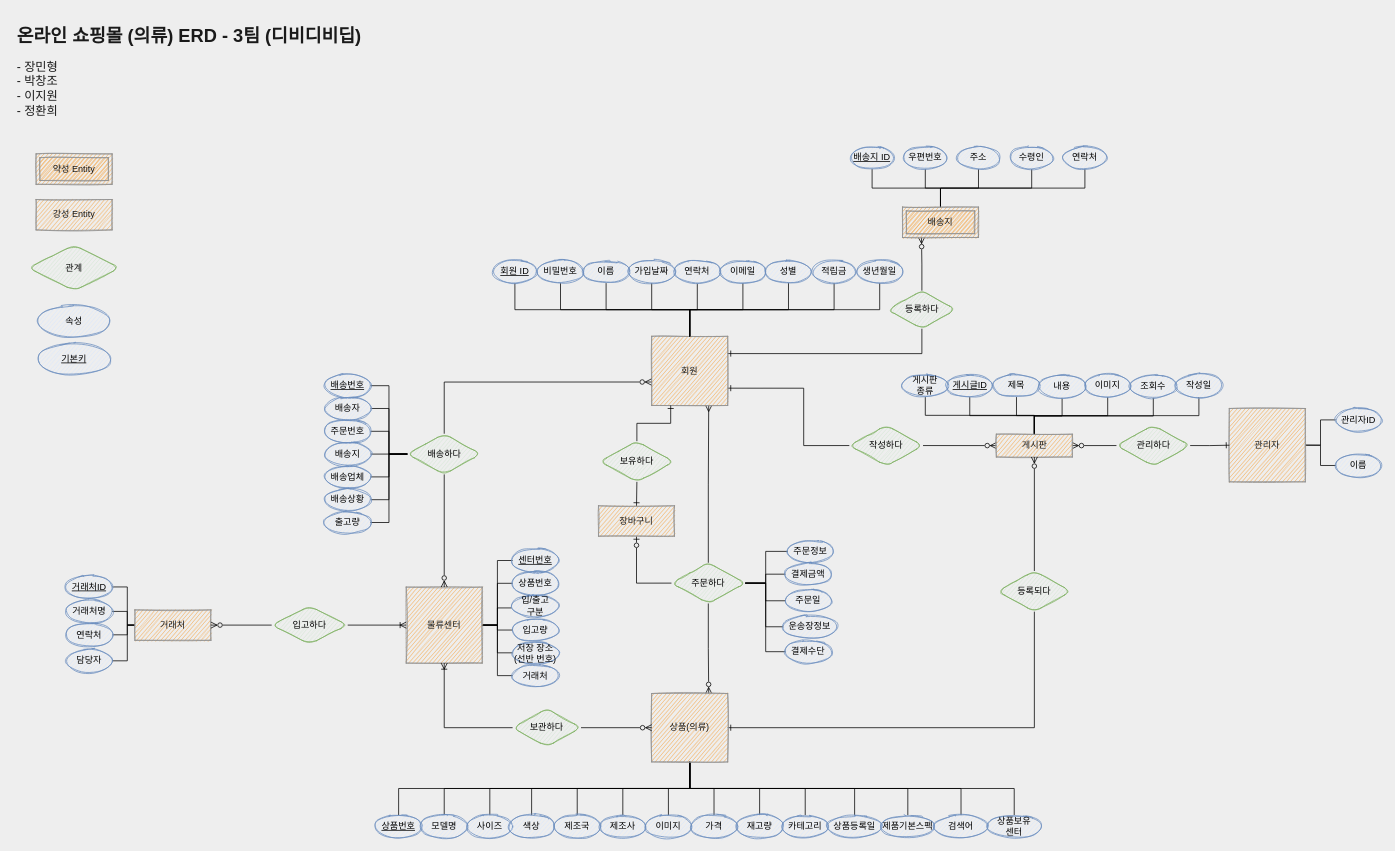
Earlier version of the draw.io diagram page "새로만든ER" (3 of 4) of Untitled Diagram.drawio (pcjo1202/DataBase-design). Source tidied: cells renumbered, new cells numbered last; positions are measured from the earlier drawing's top-left corner, leaving out a move shared by most shapes. Both pictures are drawn from the tidied source at 76%, with x=0, y=0 at pixel (13, 21).
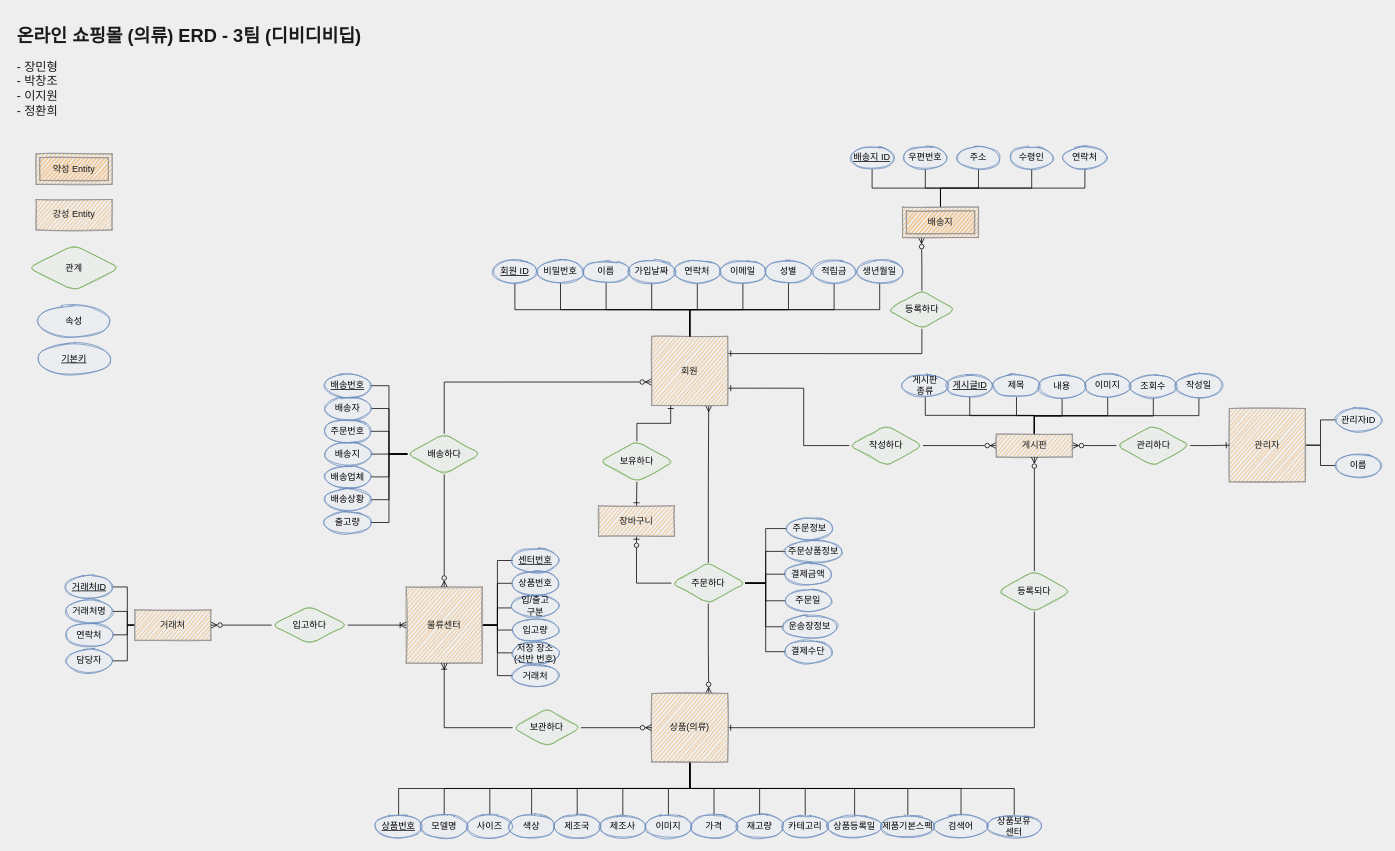
Above is the later version.

The change refers to these unchanged cells:
```xml
<mxCell id="11" value="주문하다" style="shape=rhombus;perimeter=rhombusPerimeter;whiteSpace=wrap;html=1;align=center;fillColor=#d5e8d4;strokeColor=#82b366;sketch=1;rounded=1;" parent="1" vertex="1">
  <mxGeometry x="866" y="713" width="97" height="53.5" as="geometry" />
</mxCell>
```

The edit, as a diff of the source:
```diff
@@
     <mxCell id="3" style="edgeStyle=orthogonalEdgeStyle;jettySize=auto;html=1;exitX=1;exitY=0.5;exitDx=0;exitDy=0;entryX=0;entryY=0.5;entryDx=0;entryDy=0;endArrow=none;endFill=0;rounded=0;" parent="1" edge="1" source="11" target="120">
       <mxGeometry relative="1" as="geometry">
         <Array as="points">
           <mxPoint x="990" y="740" />
-          <mxPoint x="990" y="698" />
+          <mxPoint x="990" y="668" />
         </Array>
       </mxGeometry>
     </mxCell>
@@
+    <mxCell id="164" style="edgeStyle=orthogonalEdgeStyle;rounded=0;jettySize=auto;html=1;exitX=1;exitY=0.5;exitDx=0;exitDy=0;entryX=0;entryY=0.5;entryDx=0;entryDy=0;startArrow=none;startFill=0;endArrow=none;endFill=0;" parent="1" edge="1" source="11" target="165">
+      <mxGeometry relative="1" as="geometry">
+        <Array as="points">
+          <mxPoint x="990" y="740" />
+          <mxPoint x="990" y="698" />
+        </Array>
+      </mxGeometry>
+    </mxCell>
@@
     <mxCell id="120" value="주문정보" style="ellipse;whiteSpace=wrap;html=1;align=center;rounded=0;sketch=1;strokeColor=#6c8ebf;fillColor=#dae8fc;" parent="1" vertex="1">
-      <mxGeometry x="1019" y="683" width="60" height="30" as="geometry" />
+      <mxGeometry x="1018" y="653" width="60" height="30" as="geometry" />
     </mxCell>
@@
+    <mxCell id="165" value="주문상품정보" style="ellipse;whiteSpace=wrap;html=1;align=center;rounded=0;sketch=1;strokeColor=#6c8ebf;fillColor=#dae8fc;" parent="1" vertex="1">
+      <mxGeometry x="1016" y="683" width="74" height="30" as="geometry" />
+    </mxCell>
```
